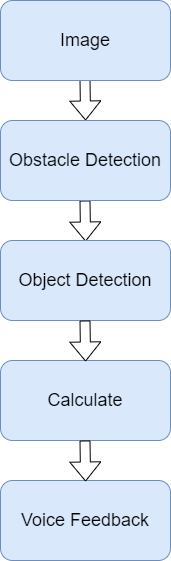
ahmedmoh1234/Graduation-Project keeps this draw.io diagram as Drawio/Scene Descriptor.png. Above is the earlier version. Source tidied: cells renumbered, new cells last; positions are measured from the earlier drawing's top-left corner, leaving out a move shared by most shapes. The source it was exported from:
```xml
<mxGraphModel>
  <root>
    <mxCell id="0" />
    <mxCell id="1" parent="0" />
    <mxCell id="2" style="shape=flexArrow;endArrow=classic;html=1;" parent="1" edge="1">
      <mxGeometry relative="1" as="geometry">
        <mxPoint x="84.5" y="79" as="sourcePoint" />
        <mxPoint x="85.1" y="120" as="targetPoint" />
      </mxGeometry>
    </mxCell>
    <mxCell id="3" style="shape=flexArrow;endArrow=classic;html=1;" parent="1" edge="1">
      <mxGeometry relative="1" as="geometry">
        <mxPoint x="84.5" y="200" as="sourcePoint" />
        <mxPoint x="85.1" y="241" as="targetPoint" />
      </mxGeometry>
    </mxCell>
    <mxCell id="4" value="&lt;span style=&quot;font-size: 18px&quot;&gt;Obstacle Detection&lt;/span&gt;" style="rounded=1;whiteSpace=wrap;html=1;fillColor=#dae8fc;strokeColor=#6c8ebf;" parent="1" vertex="1">
      <mxGeometry y="120" width="170" height="80" as="geometry" />
    </mxCell>
    <mxCell id="5" value="&lt;span style=&quot;font-size: 18px&quot;&gt;Calculate&lt;/span&gt;" style="rounded=1;whiteSpace=wrap;html=1;fillColor=#dae8fc;strokeColor=#6c8ebf;" parent="1" vertex="1">
      <mxGeometry y="360" width="170" height="80" as="geometry" />
    </mxCell>
    <mxCell id="6" value="&lt;span style=&quot;font-size: 18px&quot;&gt;Object Detection&lt;/span&gt;" style="rounded=1;whiteSpace=wrap;html=1;fillColor=#dae8fc;strokeColor=#6c8ebf;" parent="1" vertex="1">
      <mxGeometry y="240" width="170" height="80" as="geometry" />
    </mxCell>
    <mxCell id="7" value="&lt;span style=&quot;font-size: 18px&quot;&gt;Image&lt;/span&gt;" style="rounded=1;whiteSpace=wrap;html=1;fillColor=#dae8fc;strokeColor=#6c8ebf;" parent="1" vertex="1">
      <mxGeometry width="170" height="80" as="geometry" />
    </mxCell>
    <mxCell id="8" style="shape=flexArrow;endArrow=classic;html=1;" parent="1" edge="1">
      <mxGeometry relative="1" as="geometry">
        <mxPoint x="84.5" y="320" as="sourcePoint" />
        <mxPoint x="85.1" y="361" as="targetPoint" />
      </mxGeometry>
    </mxCell>
    <mxCell id="9" value="&lt;span style=&quot;font-size: 18px&quot;&gt;Voice Feedback&lt;/span&gt;" style="rounded=1;whiteSpace=wrap;html=1;fillColor=#dae8fc;strokeColor=#6c8ebf;" parent="1" vertex="1">
      <mxGeometry y="480" width="170" height="80" as="geometry" />
    </mxCell>
    <mxCell id="10" style="shape=flexArrow;endArrow=classic;html=1;" parent="1" edge="1">
      <mxGeometry relative="1" as="geometry">
        <mxPoint x="84.5" y="440" as="sourcePoint" />
        <mxPoint x="85.1" y="481" as="targetPoint" />
      </mxGeometry>
    </mxCell>
  </root>
</mxGraphModel>
```
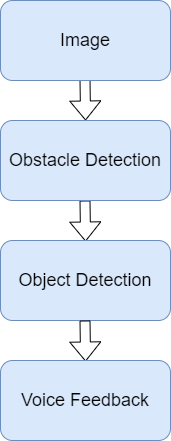
The same file after the commit.

Diff of the diagram source:
```diff
@@ -17,9 +17,6 @@
     <mxCell id="4" value="&lt;span style=&quot;font-size: 18px&quot;&gt;Obstacle Detection&lt;/span&gt;" style="rounded=1;whiteSpace=wrap;html=1;fillColor=#dae8fc;strokeColor=#6c8ebf;" parent="1" vertex="1">
       <mxGeometry y="120" width="170" height="80" as="geometry" />
     </mxCell>
-    <mxCell id="5" value="&lt;span style=&quot;font-size: 18px&quot;&gt;Calculate&lt;/span&gt;" style="rounded=1;whiteSpace=wrap;html=1;fillColor=#dae8fc;strokeColor=#6c8ebf;" parent="1" vertex="1">
-      <mxGeometry y="360" width="170" height="80" as="geometry" />
-    </mxCell>
     <mxCell id="6" value="&lt;span style=&quot;font-size: 18px&quot;&gt;Object Detection&lt;/span&gt;" style="rounded=1;whiteSpace=wrap;html=1;fillColor=#dae8fc;strokeColor=#6c8ebf;" parent="1" vertex="1">
       <mxGeometry y="240" width="170" height="80" as="geometry" />
     </mxCell>
@@ -33,13 +30,7 @@
       </mxGeometry>
     </mxCell>
     <mxCell id="9" value="&lt;span style=&quot;font-size: 18px&quot;&gt;Voice Feedback&lt;/span&gt;" style="rounded=1;whiteSpace=wrap;html=1;fillColor=#dae8fc;strokeColor=#6c8ebf;" parent="1" vertex="1">
-      <mxGeometry y="480" width="170" height="80" as="geometry" />
+      <mxGeometry y="360" width="170" height="80" as="geometry" />
     </mxCell>
-    <mxCell id="10" style="shape=flexArrow;endArrow=classic;html=1;" parent="1" edge="1">
-      <mxGeometry relative="1" as="geometry">
-        <mxPoint x="84.5" y="440" as="sourcePoint" />
-        <mxPoint x="85.1" y="481" as="targetPoint" />
-      </mxGeometry>
-    </mxCell>
   </root>
 </mxGraphModel>
```
